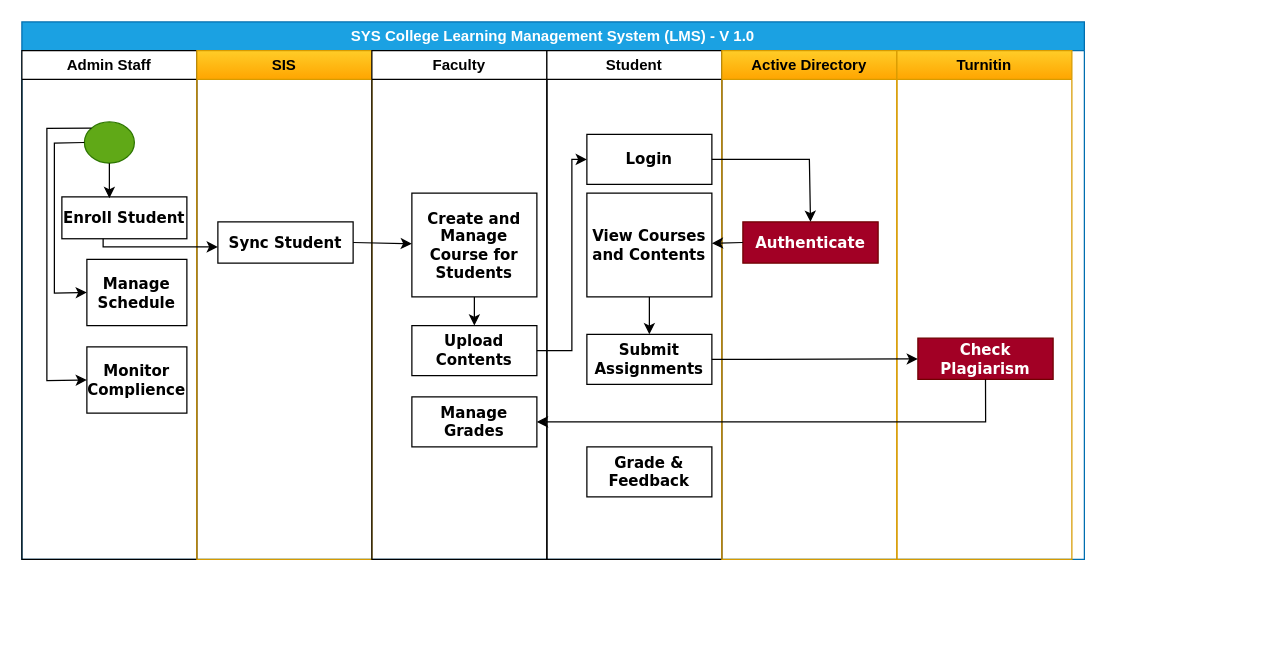
This is 02 - LMS-SysCollege/02 - Diagrams/BusinessProcessFlow-FlowChartDiagram_v1.0.drawio from ZohaibWaqarMalik/Technical-Business-Analyst-Projects, a draw.io file, before an edit. Source tidied: cells renumbered, new cells numbered last; positions are measured from the earlier drawing's top-left corner, leaving out a move shared by most shapes. Both pictures are drawn from the tidied source at 125%, with x=0, y=0 at pixel (21, 21).
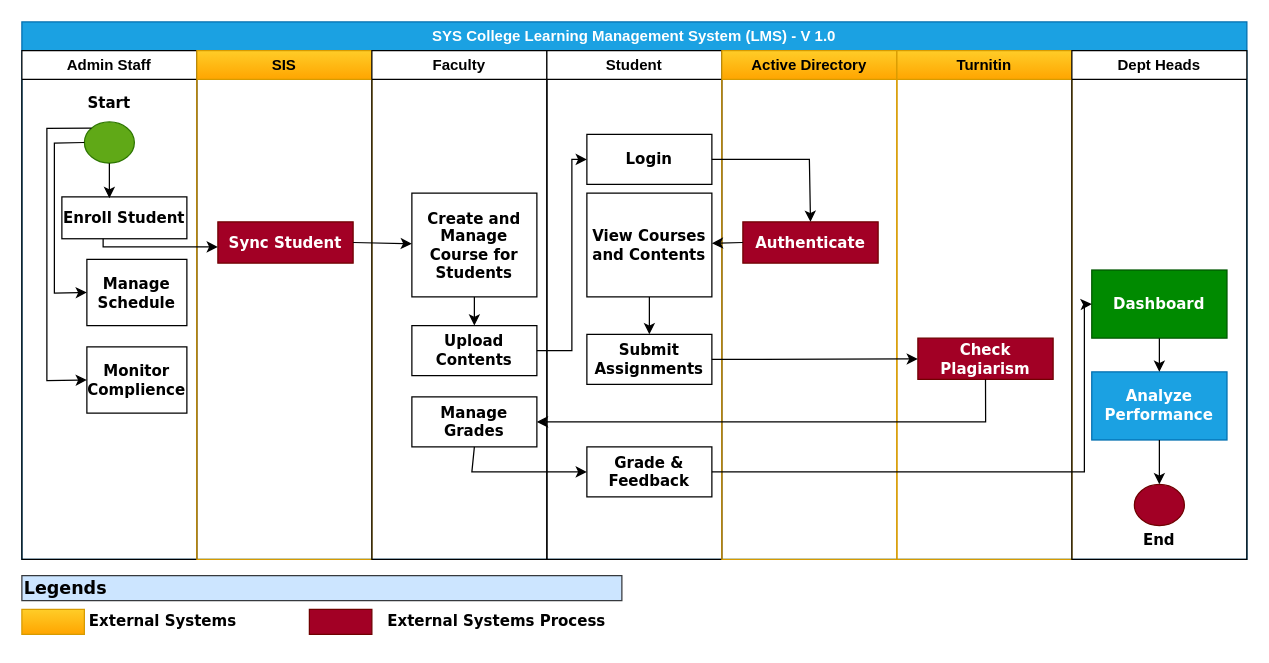
After the change.

Commit message:
Update BusinessProcessFlow-FlowChartDiagram_v1.0

Updated BusinessProcessFlow-FlowChartDiagram_v1.0 and included Processes for Dept Heads

Unchanged cells that the change refers to:
```xml
<mxCell id="3" value="Admin Staff" style="swimlane;whiteSpace=wrap;html=1;" parent="2" vertex="1">
  <mxGeometry y="23" width="140" height="407" as="geometry" />
</mxCell>
<mxCell id="11" value="SIS" style="swimlane;whiteSpace=wrap;html=1;startSize=23;fillColor=#ffcd28;strokeColor=#d79b00;gradientColor=#ffa500;" parent="2" vertex="1">
  <mxGeometry x="140" y="23" width="140" height="407" as="geometry" />
</mxCell>
<mxCell id="17" value="&lt;font face=&quot;Verdana&quot;&gt;&lt;b&gt;Manage Grades&lt;/b&gt;&lt;/font&gt;" style="whiteSpace=wrap;html=1;" parent="14" vertex="1">
  <mxGeometry x="32" y="277" width="100" height="40" as="geometry" />
</mxCell>
<mxCell id="25" value="&lt;font face=&quot;Verdana&quot;&gt;&lt;b&gt;Grade &amp;amp; Feedback&lt;/b&gt;&lt;/font&gt;" style="whiteSpace=wrap;html=1;" parent="20" vertex="1">
  <mxGeometry x="32" y="317" width="100" height="40" as="geometry" />
</mxCell>
```

The edit, as a diff of the source:
```diff
@@
     <mxCell id="2" value="SYS College Learning Management System (LMS) - V 1.0" style="swimlane;whiteSpace=wrap;html=1;startSize=23;fillStyle=solid;fillColor=#1ba1e2;strokeColor=#006EAF;fontColor=#ffffff;" parent="1" vertex="1">
-      <mxGeometry width="850" height="430" as="geometry" />
+      <mxGeometry width="980" height="430" as="geometry" />
     </mxCell>
@@
+    <mxCell id="35" value="Start" style="text;html=1;align=center;verticalAlign=middle;whiteSpace=wrap;rounded=0;fontFamily=Verdana;fontStyle=1;" parent="3" vertex="1">
+      <mxGeometry x="40" y="27" width="60" height="30" as="geometry" />
+    </mxCell>
@@
-    <mxCell id="12" value="Sync Student" style="whiteSpace=wrap;html=1;fontFamily=Verdana;fontStyle=1;" parent="11" vertex="1">
+    <mxCell id="12" value="Sync Student" style="whiteSpace=wrap;html=1;fontFamily=Verdana;fontStyle=1;fillColor=#a20025;fontColor=#ffffff;strokeColor=#6F0000;" parent="11" vertex="1">
       <mxGeometry x="16.8" y="137" width="108.2" height="33" as="geometry" />
     </mxCell>
@@
+    <mxCell id="36" style="endArrow=classic;html=1;rounded=0;entryX=0;entryY=0.5;entryDx=0;entryDy=0;exitX=0.5;exitY=1;exitDx=0;exitDy=0;" parent="2" edge="1" source="17" target="25">
+      <mxGeometry relative="1" as="geometry">
+        <Array as="points">
+          <mxPoint x="360" y="360" />
+        </Array>
+      </mxGeometry>
+    </mxCell>
+    <mxCell id="37" value="Dept Heads" style="swimlane;whiteSpace=wrap;html=1;startSize=23;" parent="2" vertex="1">
+      <mxGeometry x="840" y="23" width="140" height="407" as="geometry" />
+    </mxCell>
+    <mxCell id="38" value="Dashboard" style="whiteSpace=wrap;html=1;fontFamily=Verdana;fontStyle=1;fillColor=#008a00;fontColor=#ffffff;strokeColor=#005700;" parent="37" vertex="1">
+      <mxGeometry x="15.9" y="175.5" width="108.2" height="54.5" as="geometry" />
+    </mxCell>
+    <mxCell id="39" value="Analyze Performance" style="whiteSpace=wrap;html=1;fontFamily=Verdana;fontStyle=1;fillColor=#1ba1e2;fontColor=#ffffff;strokeColor=#006EAF;" parent="37" vertex="1">
+      <mxGeometry x="15.9" y="257" width="108.2" height="54.5" as="geometry" />
+    </mxCell>
+    <mxCell id="40" style="endArrow=classic;html=1;rounded=0;exitX=0.5;exitY=1;exitDx=0;exitDy=0;entryX=0.5;entryY=0;entryDx=0;entryDy=0;" parent="37" edge="1" source="38" target="39">
+      <mxGeometry relative="1" as="geometry" />
+    </mxCell>
+    <mxCell id="41" style="ellipse;whiteSpace=wrap;html=1;fillColor=#a20025;fontColor=#ffffff;strokeColor=#6F0000;" parent="37" vertex="1">
+      <mxGeometry x="50" y="347" width="40" height="33" as="geometry" />
+    </mxCell>
+    <mxCell id="42" style="endArrow=classic;html=1;rounded=0;exitX=0.5;exitY=1;exitDx=0;exitDy=0;" parent="37" edge="1" source="39" target="41">
+      <mxGeometry relative="1" as="geometry" />
+    </mxCell>
+    <mxCell id="43" value="End" style="text;html=1;align=center;verticalAlign=middle;whiteSpace=wrap;rounded=0;fontFamily=Verdana;fontStyle=1;" parent="37" vertex="1">
+      <mxGeometry x="40" y="377" width="60" height="30" as="geometry" />
+    </mxCell>
+    <mxCell id="44" style="endArrow=classic;html=1;rounded=0;exitX=1;exitY=0.5;exitDx=0;exitDy=0;entryX=0;entryY=0.5;entryDx=0;entryDy=0;" parent="2" edge="1" source="25" target="38">
+      <mxGeometry relative="1" as="geometry">
+        <Array as="points">
+          <mxPoint x="850" y="360" />
+          <mxPoint x="850" y="226" />
+        </Array>
+      </mxGeometry>
+    </mxCell>
+    <mxCell id="45" style="rounded=0;whiteSpace=wrap;html=1;fillColor=#ffcd28;gradientColor=#ffa500;strokeColor=#d79b00;" parent="1" vertex="1">
+      <mxGeometry y="470" width="50" height="20" as="geometry" />
+    </mxCell>
+    <mxCell id="46" style="rounded=0;whiteSpace=wrap;html=1;fillColor=#a20025;strokeColor=#6F0000;fontColor=#ffffff;" parent="1" vertex="1">
+      <mxGeometry x="230" y="470" width="50" height="20" as="geometry" />
+    </mxCell>
+    <mxCell id="47" value="Legends" style="text;html=1;align=left;verticalAlign=middle;whiteSpace=wrap;rounded=0;fontFamily=Verdana;fontStyle=1;fontSize=14;fillColor=#cce5ff;strokeColor=#36393d;" parent="1" vertex="1">
+      <mxGeometry y="443" width="480" height="20" as="geometry" />
+    </mxCell>
+    <mxCell id="48" value="External Systems" style="text;html=1;align=center;verticalAlign=middle;whiteSpace=wrap;rounded=0;fontFamily=Verdana;fontStyle=1;" parent="1" vertex="1">
+      <mxGeometry x="53" y="465" width="120" height="30" as="geometry" />
+    </mxCell>
+    <mxCell id="49" value="External Systems Process" style="text;html=1;align=center;verticalAlign=middle;whiteSpace=wrap;rounded=0;fontFamily=Verdana;fontStyle=1;" parent="1" vertex="1">
+      <mxGeometry x="290" y="465" width="180" height="30" as="geometry" />
+    </mxCell>
```
